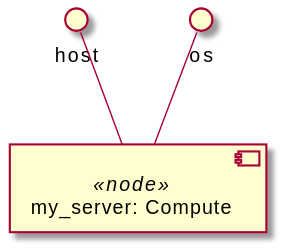
This is examples/ariatosca/diagrams/uml2/compute-1-1.0-uml2-component-diagram1.svg from Orange-OpenSource/Cloudnet-TOSCA-toolbox, a PlantUML export, as it was before one commit.
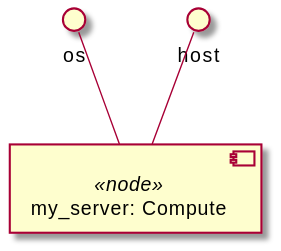
Above is the later version.

Change to the diagram source:
```diff
@@ -2,9 +2,9 @@
 skinparam componentStyle uml2
 
 component "my_server: Compute" <<node>> as node_my_server
+interface "os" as node_my_server_os
+node_my_server_os -- node_my_server
 interface "host" as node_my_server_host
 node_my_server_host -- node_my_server
-interface "os" as node_my_server_os
-node_my_server_os -- node_my_server
 
 @enduml
```
